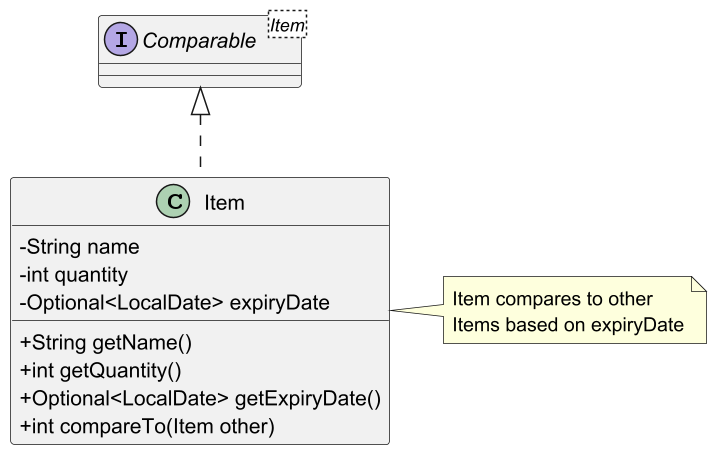
Above: docs/diagrams/Item-ClassDiagram.png in yijiano/tp (PlantUML), before the change. Its source is kept beside it as docs/diagrams/Item-ClassDiagram.puml. Source of this version:
```plantuml
@startuml

class Item
interface Comparable<Item>
skinparam classAttributeIconSize 0

Comparable <|-[dashed]- Item

Item : - String name
Item : - int quantity
Item : - Optional<LocalDate> expiryDate

Item : + String getName()
Item : + int getQuantity()
Item : + Optional<LocalDate> getExpiryDate()
Item : + int compareTo(Item other)

note right of Item : Item compares to other \nItems based on expiryDate

@enduml
```
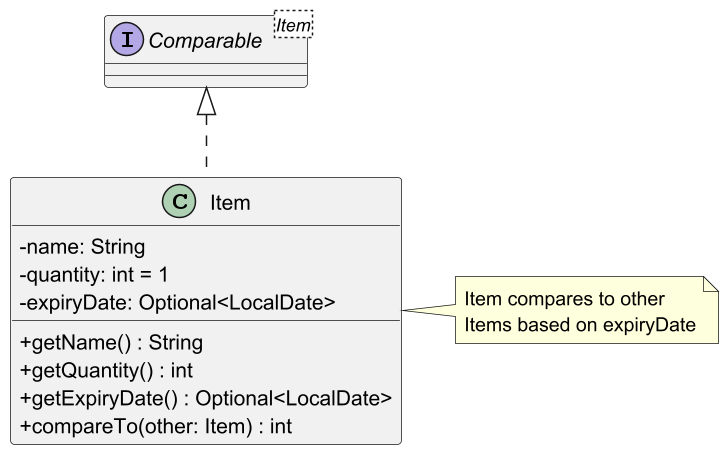
After the commit.

Commit message:
Fix incorrect Item and ItemMap class diagrams

Diff of the diagram source:
```diff
@@ -1,19 +1,20 @@
 @startuml
 
-class Item
-interface Comparable<Item>
 skinparam classAttributeIconSize 0
 
+interface Comparable<Item>
 Comparable <|-[dashed]- Item
 
-Item : - String name
-Item : - int quantity
-Item : - Optional<LocalDate> expiryDate
+class Item {
+    - name: String
+    - quantity: int = 1
+    - expiryDate: Optional<LocalDate>
 
-Item : + String getName()
-Item : + int getQuantity()
-Item : + Optional<LocalDate> getExpiryDate()
-Item : + int compareTo(Item other)
+    + getName() : String
+    + getQuantity() : int
+    + getExpiryDate() : Optional<LocalDate>
+    + compareTo(other: Item) : int
+}
 
 note right of Item : Item compares to other \nItems based on expiryDate
 
```
